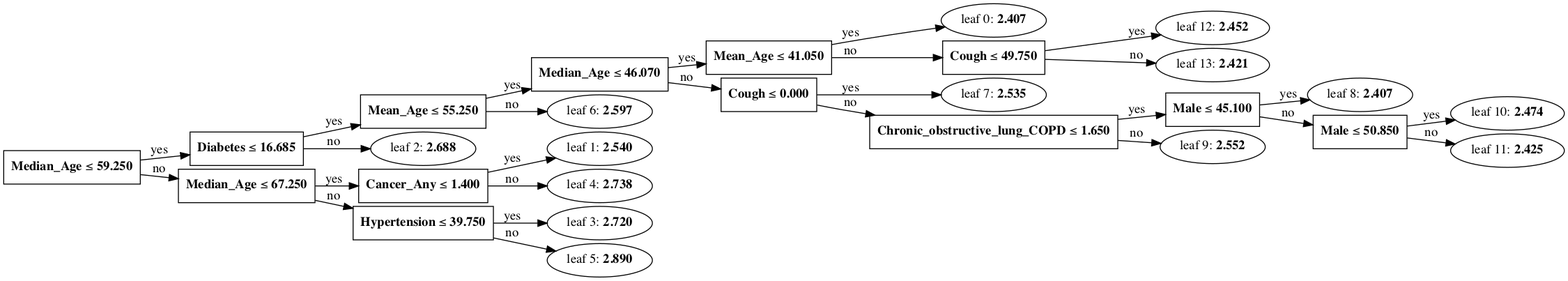
Natsuki0928/senior_project keeps this Graphviz diagram as Tree.gv.png. Above is the earlier version. Its source is kept beside it as Tree.gv.
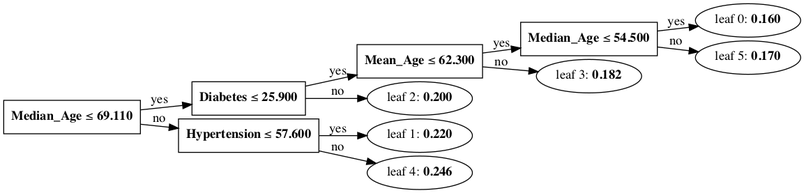
The same file after the commit.

The edit, as a diff of the source:
```diff
@@ -1,56 +1,24 @@
 digraph Tree {
 	graph [nodesep=0.05 rankdir=LR ranksep=0.3]
-	split0 [label=<<B>Median_Age</B> &#8804; <B>59.250</B>> fillcolor=white shape=rectangle style=""]
-	split1 [label=<<B>Diabetes</B> &#8804; <B>16.685</B>> fillcolor=white shape=rectangle style=""]
-	split5 [label=<<B>Mean_Age</B> &#8804; <B>55.250</B>> fillcolor=white shape=rectangle style=""]
-	split6 [label=<<B>Median_Age</B> &#8804; <B>46.070</B>> fillcolor=white shape=rectangle style=""]
-	split11 [label=<<B>Mean_Age</B> &#8804; <B>41.050</B>> fillcolor=white shape=rectangle style=""]
-	leaf0 [label=<leaf 0: <B>2.407</B>>]
-	split11 -> leaf0 [label=yes]
-	split12 [label=<<B>Cough</B> &#8804; <B>49.750</B>> fillcolor=white shape=rectangle style=""]
-	leaf12 [label=<leaf 12: <B>2.452</B>>]
-	split12 -> leaf12 [label=yes]
-	leaf13 [label=<leaf 13: <B>2.421</B>>]
-	split12 -> leaf13 [label=no]
-	split11 -> split12 [label=no]
-	split6 -> split11 [label=yes]
-	split7 [label=<<B>Cough</B> &#8804; <B>0.000</B>> fillcolor=white shape=rectangle style=""]
-	leaf7 [label=<leaf 7: <B>2.535</B>>]
-	split7 -> leaf7 [label=yes]
-	split8 [label=<<B>Chronic_obstructive_lung_COPD</B> &#8804; <B>1.650</B>> fillcolor=white shape=rectangle style=""]
-	split9 [label=<<B>Male</B> &#8804; <B>45.100</B>> fillcolor=white shape=rectangle style=""]
-	leaf8 [label=<leaf 8: <B>2.407</B>>]
-	split9 -> leaf8 [label=yes]
-	split10 [label=<<B>Male</B> &#8804; <B>50.850</B>> fillcolor=white shape=rectangle style=""]
-	leaf10 [label=<leaf 10: <B>2.474</B>>]
-	split10 -> leaf10 [label=yes]
-	leaf11 [label=<leaf 11: <B>2.425</B>>]
-	split10 -> leaf11 [label=no]
-	split9 -> split10 [label=no]
-	split8 -> split9 [label=yes]
-	leaf9 [label=<leaf 9: <B>2.552</B>>]
-	split8 -> leaf9 [label=no]
-	split7 -> split8 [label=no]
-	split6 -> split7 [label=no]
-	split5 -> split6 [label=yes]
-	leaf6 [label=<leaf 6: <B>2.597</B>>]
-	split5 -> leaf6 [label=no]
-	split1 -> split5 [label=yes]
-	leaf2 [label=<leaf 2: <B>2.688</B>>]
+	split0 [label=<<B>Median_Age</B> &#8804; <B>69.110</B>> fillcolor=white shape=rectangle style=""]
+	split1 [label=<<B>Diabetes</B> &#8804; <B>25.900</B>> fillcolor=white shape=rectangle style=""]
+	split2 [label=<<B>Mean_Age</B> &#8804; <B>62.300</B>> fillcolor=white shape=rectangle style=""]
+	split4 [label=<<B>Median_Age</B> &#8804; <B>54.500</B>> fillcolor=white shape=rectangle style=""]
+	leaf0 [label=<leaf 0: <B>0.160</B>>]
+	split4 -> leaf0 [label=yes]
+	leaf5 [label=<leaf 5: <B>0.170</B>>]
+	split4 -> leaf5 [label=no]
+	split2 -> split4 [label=yes]
+	leaf3 [label=<leaf 3: <B>0.182</B>>]
+	split2 -> leaf3 [label=no]
+	split1 -> split2 [label=yes]
+	leaf2 [label=<leaf 2: <B>0.200</B>>]
 	split1 -> leaf2 [label=no]
 	split0 -> split1 [label=yes]
-	split2 [label=<<B>Median_Age</B> &#8804; <B>67.250</B>> fillcolor=white shape=rectangle style=""]
-	split3 [label=<<B>Cancer_Any</B> &#8804; <B>1.400</B>> fillcolor=white shape=rectangle style=""]
-	leaf1 [label=<leaf 1: <B>2.540</B>>]
+	split3 [label=<<B>Hypertension</B> &#8804; <B>57.600</B>> fillcolor=white shape=rectangle style=""]
+	leaf1 [label=<leaf 1: <B>0.220</B>>]
 	split3 -> leaf1 [label=yes]
-	leaf4 [label=<leaf 4: <B>2.738</B>>]
+	leaf4 [label=<leaf 4: <B>0.246</B>>]
 	split3 -> leaf4 [label=no]
-	split2 -> split3 [label=yes]
-	split4 [label=<<B>Hypertension</B> &#8804; <B>39.750</B>> fillcolor=white shape=rectangle style=""]
-	leaf3 [label=<leaf 3: <B>2.720</B>>]
-	split4 -> leaf3 [label=yes]
-	leaf5 [label=<leaf 5: <B>2.890</B>>]
-	split4 -> leaf5 [label=no]
-	split2 -> split4 [label=no]
-	split0 -> split2 [label=no]
+	split0 -> split3 [label=no]
 }
```
